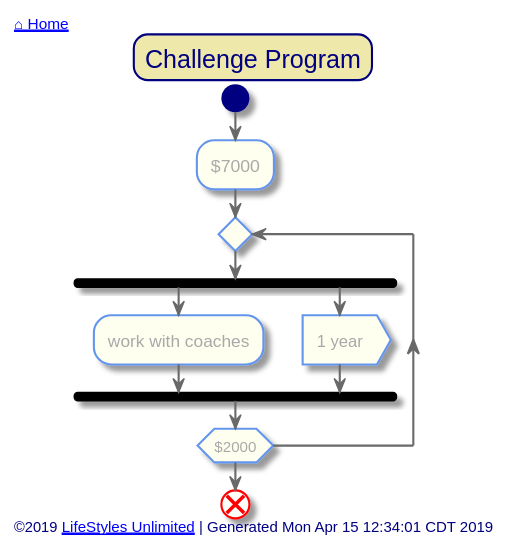
Earlier version of the PlantUML export out/src/single-family/challenge-program.svg (toddmo/lifestylesunlimited).
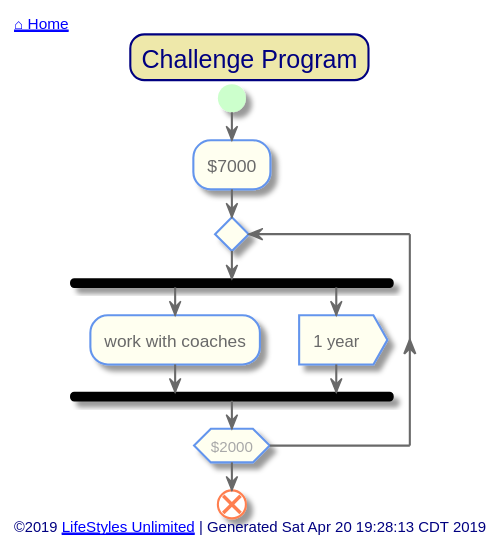
After the change.

The edit, as a diff of the source:
```diff
@@ -16,7 +16,8 @@
 skinparam activity {
   BackgroundColor Ivory
   BorderColor CornflowerBlue
-  FontColor DarkGray
+  FontColor DimGray
+
 
   Arrow {
     Color dimgray
@@ -24,11 +25,11 @@
   }
 
   Start {
-    Color Navy
+    Color PHYSICAL
   }
 
   End {
-    Color Red
+    Color Coral
   }
 
   Diamond {
@@ -46,13 +47,21 @@
 }
 
 skinparam Partition {
-  BackgroundColor DarkSeaGreen
+  BackgroundColor Ivory
   BorderColor CornflowerBlue
   BorderThickness 1
+  FontColor CornflowerBlue
+  FontSize 16
+  BorderRoundCorner 20
+}
+
+skinparam Note {
+  BackgroundColor LightSteelBlue
+  BorderColor CornflowerBlue
   FontColor White
-  FontSize 16
 }
-skinparam Note {
+
+skinparam Legend {
   BackgroundColor LightSteelBlue
   BorderColor CornflowerBlue
   FontColor White
@@ -84,8 +93,9 @@
 
 	end
 
+
 left footer
-	©2019 [[http://www.lifestylesunlimited.com LifeStyles Unlimited]] | Generated Mon Apr 15 12:34:01 CDT 2019
+	©2019 [[http://www.lifestylesunlimited.com LifeStyles Unlimited]] | Generated Sat Apr 20 19:28:13 CDT 2019
 endfooter
 
 
```
